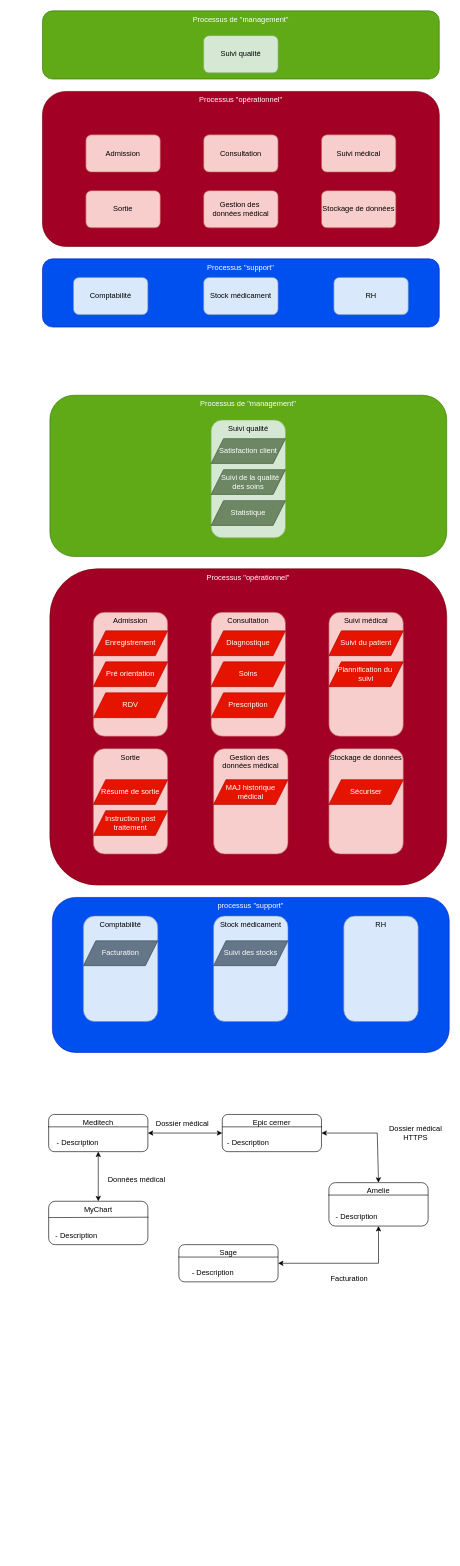
Above: hopitl.drawio in yheguy/POEC (draw.io), before the change. Source tidied: cells renumbered, new cells numbered last; positions are measured from the earlier drawing's top-left corner, leaving out a move shared by most shapes. Both pictures are drawn from the tidied source at 62%, with x=0, y=0 at pixel (42, 11).
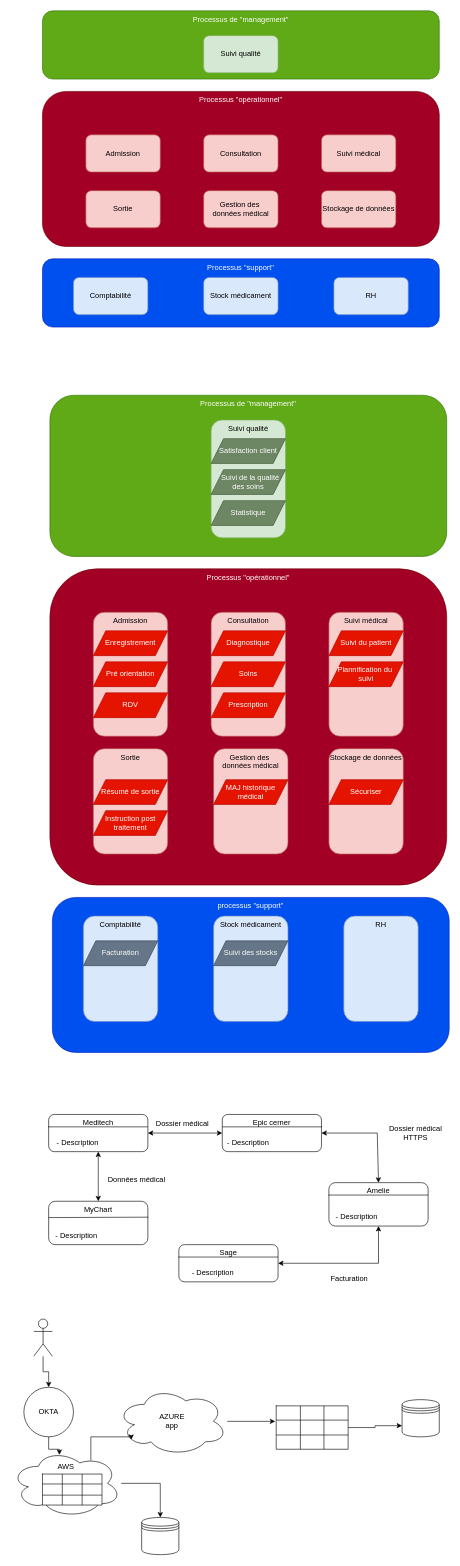
The same page after the edit.

Commit message (it also covers changes not shown here):
Mettre à jour hopitl.drawio

What changed in the source:
```diff
@@
+    <mxCell id="69" value="AZURE&lt;div&gt;app&lt;/div&gt;" style="ellipse;shape=cloud;whiteSpace=wrap;html=1;" parent="1" vertex="1">
+      <mxGeometry x="120" y="2220" width="178" height="110" as="geometry" />
+    </mxCell>
+    <mxCell id="70" style="shape=datastore;whiteSpace=wrap;html=1;" parent="1" vertex="1">
+      <mxGeometry x="580" y="2240" width="60" height="60" as="geometry" />
+    </mxCell>
+    <mxCell id="71" style="shape=table;startSize=0;childLayout=tableLayout;fontSize=16;" parent="1" vertex="1">
+      <mxGeometry x="377" y="2250" width="116" height="70" as="geometry" />
+    </mxCell>
+    <mxCell id="72" style="shape=tableRow;horizontal=0;startSize=0;swimlaneHead=0;swimlaneBody=0;strokeColor=inherit;top=0;left=0;bottom=0;right=0;fillColor=none;fontSize=16;" parent="71" vertex="1">
+      <mxGeometry width="116" height="23" as="geometry" />
+    </mxCell>
+    <mxCell id="73" style="shape=partialRectangle;html=1;whiteSpace=wrap;strokeColor=inherit;overflow=hidden;fillColor=none;top=0;left=0;bottom=0;right=0;fontSize=16;" parent="72" vertex="1">
+      <mxGeometry width="39" height="23" as="geometry" />
+    </mxCell>
+    <mxCell id="74" style="shape=partialRectangle;html=1;whiteSpace=wrap;strokeColor=inherit;overflow=hidden;fillColor=none;top=0;left=0;bottom=0;right=0;fontSize=16;" parent="72" vertex="1">
+      <mxGeometry x="39" width="38" height="23" as="geometry" />
+    </mxCell>
+    <mxCell id="75" style="shape=partialRectangle;html=1;whiteSpace=wrap;strokeColor=inherit;overflow=hidden;fillColor=none;top=0;left=0;bottom=0;right=0;fontSize=16;" parent="72" vertex="1">
+      <mxGeometry x="77" width="39" height="23" as="geometry" />
+    </mxCell>
+    <mxCell id="76" style="shape=tableRow;horizontal=0;startSize=0;swimlaneHead=0;swimlaneBody=0;strokeColor=inherit;top=0;left=0;bottom=0;right=0;fillColor=none;points=[[0,0.5],[1,0.5]];portConstraint=eastwest;fontSize=16;" parent="71" vertex="1">
+      <mxGeometry y="23" width="116" height="24" as="geometry" />
+    </mxCell>
+    <mxCell id="77" style="shape=partialRectangle;html=1;whiteSpace=wrap;strokeColor=inherit;overflow=hidden;fillColor=none;top=0;left=0;bottom=0;right=0;fontSize=16;" parent="76" vertex="1">
+      <mxGeometry width="39" height="24" as="geometry" />
+    </mxCell>
+    <mxCell id="78" style="shape=partialRectangle;html=1;whiteSpace=wrap;strokeColor=inherit;overflow=hidden;fillColor=none;top=0;left=0;bottom=0;right=0;fontSize=16;" parent="76" vertex="1">
+      <mxGeometry x="39" width="38" height="24" as="geometry" />
+    </mxCell>
+    <mxCell id="79" style="shape=partialRectangle;html=1;whiteSpace=wrap;strokeColor=inherit;overflow=hidden;fillColor=none;top=0;left=0;bottom=0;right=0;fontSize=16;" parent="76" vertex="1">
+      <mxGeometry x="77" width="39" height="24" as="geometry" />
+    </mxCell>
+    <mxCell id="80" style="shape=tableRow;horizontal=0;startSize=0;swimlaneHead=0;swimlaneBody=0;strokeColor=inherit;top=0;left=0;bottom=0;right=0;fillColor=none;fontSize=16;" parent="71" vertex="1">
+      <mxGeometry y="47" width="116" height="23" as="geometry" />
+    </mxCell>
+    <mxCell id="81" style="shape=partialRectangle;html=1;whiteSpace=wrap;strokeColor=inherit;overflow=hidden;fillColor=none;top=0;left=0;bottom=0;right=0;fontSize=16;" parent="80" vertex="1">
+      <mxGeometry width="39" height="23" as="geometry" />
+    </mxCell>
+    <mxCell id="82" style="shape=partialRectangle;html=1;whiteSpace=wrap;strokeColor=inherit;overflow=hidden;fillColor=none;top=0;left=0;bottom=0;right=0;fontSize=16;" parent="80" vertex="1">
+      <mxGeometry x="39" width="38" height="23" as="geometry" />
+    </mxCell>
+    <mxCell id="83" style="shape=partialRectangle;html=1;whiteSpace=wrap;strokeColor=inherit;overflow=hidden;fillColor=none;top=0;left=0;bottom=0;right=0;fontSize=16;" parent="80" vertex="1">
+      <mxGeometry x="77" width="39" height="23" as="geometry" />
+    </mxCell>
+    <mxCell id="84" style="shape=datastore;whiteSpace=wrap;html=1;" parent="1" vertex="1">
+      <mxGeometry x="160" y="2430" width="60" height="60" as="geometry" />
+    </mxCell>
+    <mxCell id="85" style="edgeStyle=orthogonalEdgeStyle;rounded=0;jettySize=auto;html=1;entryX=0.5;entryY=0;entryDx=0;entryDy=0;" parent="1" edge="1" source="86" target="87">
+      <mxGeometry relative="1" as="geometry" />
+    </mxCell>
+    <mxCell id="86" style="shape=umlActor;verticalLabelPosition=bottom;verticalAlign=top;html=1;outlineConnect=0;" parent="1" vertex="1">
+      <mxGeometry x="-14" y="2110" width="30" height="60" as="geometry" />
+    </mxCell>
+    <mxCell id="87" value="OKTA" style="ellipse;whiteSpace=wrap;html=1;" parent="1" vertex="1">
+      <mxGeometry x="-30" y="2220" width="80" height="80" as="geometry" />
+    </mxCell>
+    <mxCell id="88" style="edgeStyle=orthogonalEdgeStyle;rounded=0;jettySize=auto;html=1;entryX=0.5;entryY=0;entryDx=0;entryDy=0;" parent="1" edge="1" source="89" target="84">
+      <mxGeometry relative="1" as="geometry" />
+    </mxCell>
+    <mxCell id="89" value="&lt;div&gt;&lt;br&gt;&lt;/div&gt;AWS" style="ellipse;shape=cloud;whiteSpace=wrap;html=1;verticalAlign=top;" parent="1" vertex="1">
+      <mxGeometry x="-51" y="2320" width="178" height="110" as="geometry" />
+    </mxCell>
+    <mxCell id="90" style="shape=table;startSize=0;childLayout=tableLayout;fontSize=16;" parent="1" vertex="1">
+      <mxGeometry y="2360" width="96" height="50" as="geometry" />
+    </mxCell>
+    <mxCell id="91" style="shape=tableRow;horizontal=0;startSize=0;swimlaneHead=0;swimlaneBody=0;strokeColor=inherit;top=0;left=0;bottom=0;right=0;fillColor=none;fontSize=16;" parent="90" vertex="1">
+      <mxGeometry width="96" height="16" as="geometry" />
+    </mxCell>
+    <mxCell id="92" style="shape=partialRectangle;html=1;whiteSpace=wrap;strokeColor=inherit;overflow=hidden;fillColor=none;top=0;left=0;bottom=0;right=0;fontSize=16;" parent="91" vertex="1">
+      <mxGeometry width="32" height="16" as="geometry" />
+    </mxCell>
+    <mxCell id="93" style="shape=partialRectangle;html=1;whiteSpace=wrap;strokeColor=inherit;overflow=hidden;fillColor=none;top=0;left=0;bottom=0;right=0;fontSize=16;" parent="91" vertex="1">
+      <mxGeometry x="32" width="32" height="16" as="geometry" />
+    </mxCell>
+    <mxCell id="94" style="shape=partialRectangle;html=1;whiteSpace=wrap;strokeColor=inherit;overflow=hidden;fillColor=none;top=0;left=0;bottom=0;right=0;fontSize=16;" parent="91" vertex="1">
+      <mxGeometry x="64" width="32" height="16" as="geometry" />
+    </mxCell>
+    <mxCell id="95" style="shape=tableRow;horizontal=0;startSize=0;swimlaneHead=0;swimlaneBody=0;strokeColor=inherit;top=0;left=0;bottom=0;right=0;fillColor=none;fontSize=16;" parent="90" vertex="1">
+      <mxGeometry y="16" width="96" height="18" as="geometry" />
+    </mxCell>
+    <mxCell id="96" style="shape=partialRectangle;html=1;whiteSpace=wrap;strokeColor=inherit;overflow=hidden;fillColor=none;top=0;left=0;bottom=0;right=0;fontSize=16;" parent="95" vertex="1">
+      <mxGeometry width="32" height="18" as="geometry" />
+    </mxCell>
+    <mxCell id="97" style="shape=partialRectangle;html=1;whiteSpace=wrap;strokeColor=inherit;overflow=hidden;fillColor=none;top=0;left=0;bottom=0;right=0;fontSize=16;" parent="95" vertex="1">
+      <mxGeometry x="32" width="32" height="18" as="geometry" />
+    </mxCell>
+    <mxCell id="98" style="shape=partialRectangle;html=1;whiteSpace=wrap;strokeColor=inherit;overflow=hidden;fillColor=none;top=0;left=0;bottom=0;right=0;fontSize=16;" parent="95" vertex="1">
+      <mxGeometry x="64" width="32" height="18" as="geometry" />
+    </mxCell>
+    <mxCell id="99" style="shape=tableRow;horizontal=0;startSize=0;swimlaneHead=0;swimlaneBody=0;strokeColor=inherit;top=0;left=0;bottom=0;right=0;fillColor=none;fontSize=16;" parent="90" vertex="1">
+      <mxGeometry y="34" width="96" height="16" as="geometry" />
+    </mxCell>
+    <mxCell id="100" style="shape=partialRectangle;html=1;whiteSpace=wrap;strokeColor=inherit;overflow=hidden;fillColor=none;top=0;left=0;bottom=0;right=0;fontSize=16;" parent="99" vertex="1">
+      <mxGeometry width="32" height="16" as="geometry" />
+    </mxCell>
+    <mxCell id="101" style="shape=partialRectangle;html=1;whiteSpace=wrap;strokeColor=inherit;overflow=hidden;fillColor=none;top=0;left=0;bottom=0;right=0;fontSize=16;" parent="99" vertex="1">
+      <mxGeometry x="32" width="32" height="16" as="geometry" />
+    </mxCell>
+    <mxCell id="102" style="shape=partialRectangle;html=1;whiteSpace=wrap;strokeColor=inherit;overflow=hidden;fillColor=none;top=0;left=0;bottom=0;right=0;fontSize=16;" parent="99" vertex="1">
+      <mxGeometry x="64" width="32" height="16" as="geometry" />
+    </mxCell>
+    <mxCell id="103" style="edgeStyle=orthogonalEdgeStyle;rounded=0;jettySize=auto;html=1;entryX=0.44;entryY=0.082;entryDx=0;entryDy=0;entryPerimeter=0;" parent="1" edge="1" source="87" target="89">
+      <mxGeometry relative="1" as="geometry" />
+    </mxCell>
+    <mxCell id="104" style="edgeStyle=orthogonalEdgeStyle;rounded=0;jettySize=auto;html=1;entryX=0.13;entryY=0.77;entryDx=0;entryDy=0;entryPerimeter=0;exitX=0.725;exitY=0.167;exitDx=0;exitDy=0;exitPerimeter=0;" parent="1" edge="1" source="89" target="69">
+      <mxGeometry relative="1" as="geometry" />
+    </mxCell>
+    <mxCell id="105" style="edgeStyle=orthogonalEdgeStyle;rounded=0;jettySize=auto;html=1;entryX=-0.014;entryY=0.083;entryDx=0;entryDy=0;entryPerimeter=0;" parent="1" edge="1" source="69" target="76">
+      <mxGeometry relative="1" as="geometry" />
+    </mxCell>
+    <mxCell id="106" style="edgeStyle=orthogonalEdgeStyle;rounded=0;jettySize=auto;html=1;entryX=0;entryY=0.7;entryDx=0;entryDy=0;" parent="1" edge="1" source="76" target="70">
+      <mxGeometry relative="1" as="geometry" />
+    </mxCell>
```
